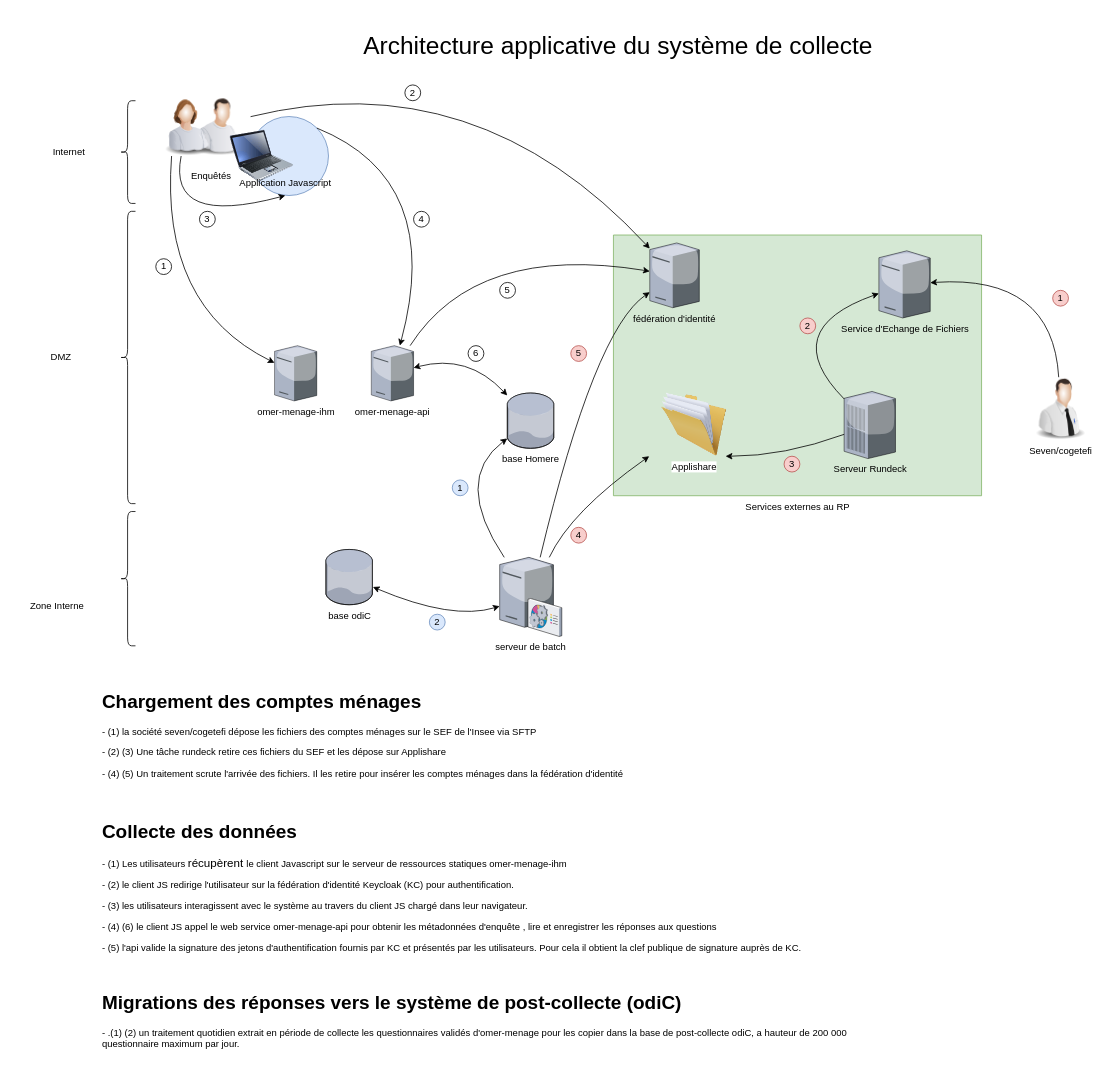
This is Diagramme sans nom.drawio from renaud23/drawio, a draw.io file, before an edit. Source tidied: cells renumbered, new cells numbered last; positions are measured from the earlier drawing's top-left corner, leaving out a move shared by most shapes. Both pictures are drawn from the tidied source at 79%, with x=0, y=0 at pixel (13, 13).
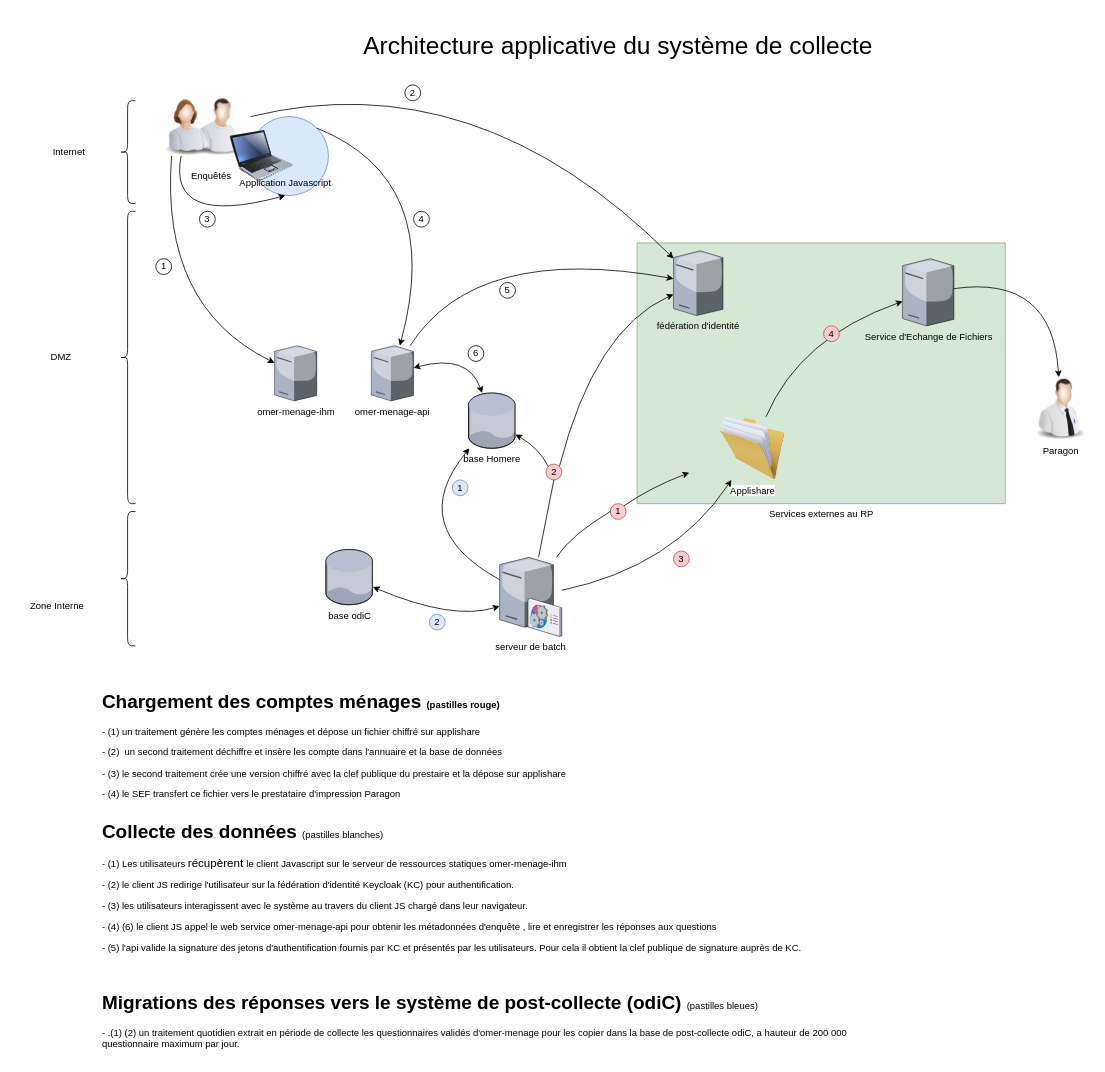
After the change.

Commit message:
Mettre à jour Diagramme sans nom.drawio

Unchanged cells that the change refers to:
```xml
<mxCell id="5" value="fédération d'identité" style="verticalLabelPosition=bottom;sketch=0;html=1;verticalAlign=top;align=center;outlineConnect=0;shape=mxgraph.citrix.tower_server;fillColor=#fff2cc;strokeColor=#d6b656;" parent="3" vertex="1">
  <mxGeometry x="60" y="10" width="62.7" height="82" as="geometry" />
</mxCell>
<mxCell id="6" value="Service d'Echange de Fichiers" style="verticalLabelPosition=bottom;sketch=0;html=1;verticalAlign=top;strokeColor=none;align=center;outlineConnect=0;shape=mxgraph.citrix.license_server;" parent="3" vertex="1">
  <mxGeometry x="350" y="20" width="65" height="85" as="geometry" />
</mxCell>
<mxCell id="31" value="serveur de batch&lt;div&gt;&lt;br&gt;&lt;/div&gt;" style="verticalLabelPosition=bottom;sketch=0;html=1;verticalAlign=top;strokeColor=none;align=center;outlineConnect=0;shape=mxgraph.citrix.command_center;" parent="1" vertex="1">
  <mxGeometry x="615" y="688" width="78.7" height="100" as="geometry" />
</mxCell>
```

The edit, as a diff of the source:
```diff
@@
     <mxCell id="2" value="base Homere" style="verticalLabelPosition=bottom;sketch=0;html=1;verticalAlign=top;strokeColor=none;align=center;outlineConnect=0;shape=mxgraph.citrix.database;" parent="1" vertex="1">
-      <mxGeometry x="624.6" y="480" width="59.5" height="70" as="geometry" />
+      <mxGeometry x="575.5" y="480" width="59.5" height="70" as="geometry" />
     </mxCell>
     <mxCell id="3" style="group;" parent="1" vertex="1">
-      <mxGeometry x="745" y="280" width="540" height="330" as="geometry" />
+      <mxGeometry x="775" y="290" width="540" height="330" as="geometry" />
     </mxCell>
@@
+    <mxCell id="9" style="curved=1;endArrow=classic;html=1;rounded=0;" parent="3" edge="1" source="7" target="6">
+      <mxGeometry relative="1" as="geometry">
+        <Array as="points">
+          <mxPoint x="220" y="120" />
+        </Array>
+      </mxGeometry>
+    </mxCell>
+    <mxCell id="11" value="4" style="ellipse;whiteSpace=wrap;html=1;fillColor=#f8cecc;strokeColor=#b85450;" parent="3" vertex="1">
+      <mxGeometry x="250" y="105" width="20" height="20" as="geometry" />
+    </mxCell>
     <mxCell id="7" value="Applishare" style="image;html=1;image=img/lib/clip_art/general/Full_Folder_128x128.png;" parent="3" vertex="1">
-      <mxGeometry x="36" y="200" width="160" height="80" as="geometry" />
+      <mxGeometry x="80" y="220" width="160" height="80" as="geometry" />
     </mxCell>
-    <mxCell id="8" value="Serveur Rundeck" style="verticalLabelPosition=bottom;sketch=0;html=1;verticalAlign=top;strokeColor=none;align=center;outlineConnect=0;shape=mxgraph.citrix.pbx_server;" parent="3" vertex="1">
-      <mxGeometry x="306" y="198" width="65" height="85" as="geometry" />
-    </mxCell>
-    <mxCell id="9" style="curved=1;endArrow=classic;html=1;rounded=0;" parent="3" edge="1" source="8" target="6">
-      <mxGeometry relative="1" as="geometry">
-        <Array as="points">
-          <mxPoint x="220" y="120" />
-        </Array>
-      </mxGeometry>
-    </mxCell>
-    <mxCell id="10" style="curved=1;endArrow=classic;html=1;rounded=0;entryX=0.75;entryY=1;entryDx=0;entryDy=0;" parent="3" edge="1" source="8" target="7">
-      <mxGeometry relative="1" as="geometry">
-        <Array as="points">
-          <mxPoint x="230" y="280" />
-        </Array>
-      </mxGeometry>
-    </mxCell>
-    <mxCell id="11" value="2" style="ellipse;whiteSpace=wrap;html=1;fillColor=#f8cecc;strokeColor=#b85450;" parent="3" vertex="1">
-      <mxGeometry x="250" y="105" width="20" height="20" as="geometry" />
-    </mxCell>
-    <mxCell id="12" value="3" style="ellipse;whiteSpace=wrap;html=1;fillColor=#f8cecc;strokeColor=#b85450;" parent="3" vertex="1">
-      <mxGeometry x="230" y="280" width="20" height="20" as="geometry" />
-    </mxCell>
-    <mxCell id="13" value="Seven/cogetefi" style="image;html=1;image=img/lib/clip_art/people/Tech_Man_128x128.png;" parent="1" vertex="1">
+    <mxCell id="13" value="Paragon" style="image;html=1;image=img/lib/clip_art/people/Tech_Man_128x128.png;" parent="1" vertex="1">
       <mxGeometry x="1285" y="460" width="80" height="80" as="geometry" />
     </mxCell>
@@
     <mxCell id="38" style="curved=1;endArrow=classic;html=1;rounded=0;" parent="1" edge="1" source="31" target="2">
       <mxGeometry relative="1" as="geometry">
         <Array as="points">
-          <mxPoint x="555" y="590" />
+          <mxPoint x="495" y="650" />
         </Array>
       </mxGeometry>
     </mxCell>
-    <mxCell id="39" style="curved=1;endArrow=classic;html=1;rounded=0;" parent="1" edge="1" source="13" target="6">
+    <mxCell id="39" style="curved=1;endArrow=classic;html=1;rounded=0;" parent="1" edge="1" source="6" target="13">
       <mxGeometry relative="1" as="geometry">
         <Array as="points">
           <mxPoint x="1315" y="330" />
         </Array>
       </mxGeometry>
     </mxCell>
-    <mxCell id="40" style="curved=1;endArrow=classic;html=1;rounded=0;" parent="1" edge="1" source="31" target="7">
-      <mxGeometry relative="1" as="geometry">
-        <Array as="points">
-          <mxPoint x="705" y="630" />
-        </Array>
-      </mxGeometry>
-    </mxCell>
@@
-    <mxCell id="47" style="curved=1;endArrow=classic;html=1;rounded=0;" parent="1" edge="1" source="31" target="5">
-      <mxGeometry relative="1" as="geometry">
-        <Array as="points">
-          <mxPoint x="735" y="400" />
-        </Array>
-      </mxGeometry>
-    </mxCell>
@@
-    <mxCell id="55" value="1" style="ellipse;whiteSpace=wrap;html=1;fillColor=#f8cecc;strokeColor=#b85450;" parent="1" vertex="1">
-      <mxGeometry x="1315" y="350" width="20" height="20" as="geometry" />
-    </mxCell>
-    <mxCell id="56" value="4" style="ellipse;whiteSpace=wrap;html=1;fillColor=#f8cecc;strokeColor=#b85450;" parent="1" vertex="1">
-      <mxGeometry x="705" y="650" width="20" height="20" as="geometry" />
-    </mxCell>
-    <mxCell id="57" value="5" style="ellipse;whiteSpace=wrap;html=1;fillColor=#f8cecc;strokeColor=#b85450;" parent="1" vertex="1">
-      <mxGeometry x="705" y="420" width="20" height="20" as="geometry" />
+    <mxCell id="57" value="3" style="ellipse;whiteSpace=wrap;html=1;fillColor=#f8cecc;strokeColor=#b85450;" parent="1" vertex="1">
+      <mxGeometry x="835" y="680" width="20" height="20" as="geometry" />
     </mxCell>
@@
-    <mxCell id="59" value="&lt;h1 style=&quot;margin-top: 0px;&quot;&gt;Chargement des comptes ménages&lt;/h1&gt;&lt;p&gt;- (1) la société seven/cogetefi dépose les fichiers des comptes ménages sur le SEF de l'Insee via SFTP&lt;/p&gt;&lt;p&gt;- (2) (3) Une tâche rundeck retire ces fichiers du SEF et les dépose sur Applishare&amp;nbsp;&lt;/p&gt;&lt;p&gt;- (4) (5) Un traitement scrute l'arrivée des fichiers. Il les retire pour insérer les comptes ménages dans la fédération d'identité&lt;/p&gt;&lt;p&gt;&lt;br&gt;&lt;/p&gt;" style="text;html=1;whiteSpace=wrap;overflow=hidden;rounded=0;" parent="1" vertex="1">
-      <mxGeometry x="110" y="850" width="1205" height="130" as="geometry" />
+    <mxCell id="59" value="&lt;h1 style=&quot;margin-top: 0px;&quot;&gt;Chargement des comptes ménages &lt;font style=&quot;font-size: 12px;&quot;&gt;(pastilles rouge)&lt;/font&gt;&lt;/h1&gt;&lt;p&gt;- (1) un traitement génère les comptes ménages et dépose un fichier chiffré sur applishare&lt;/p&gt;&lt;p&gt;- (2)&amp;nbsp; un second traitement déchiffre et insère les compte dans l'annuaire et la base de données&lt;/p&gt;&lt;p&gt;- (3) le second traitement crée une version chiffré avec la clef publique du prestaire et la dépose sur applishare&lt;/p&gt;&lt;p&gt;- (4) le SEF transfert ce fichier vers le prestataire d'impression Paragon&lt;/p&gt;&lt;p&gt;&lt;br&gt;&lt;/p&gt;" style="text;html=1;whiteSpace=wrap;overflow=hidden;rounded=0;" parent="1" vertex="1">
+      <mxGeometry x="110" y="850" width="1205" height="150" as="geometry" />
     </mxCell>
-    <mxCell id="60" value="&lt;h1 style=&quot;margin-top: 0px;&quot;&gt;Collecte des données&lt;/h1&gt;&lt;p&gt;- (1) Les utilisateurs&amp;nbsp;&lt;span style=&quot;font-size:11.0pt;font-family:&amp;quot;Calibri&amp;quot;,sans-serif;&lt;br/&gt;mso-fareast-font-family:Calibri;mso-fareast-theme-font:minor-latin;mso-ansi-language:&lt;br/&gt;FR;mso-fareast-language:EN-US;mso-bidi-language:AR-SA&quot;&gt;récupèrent&amp;nbsp;&lt;/span&gt;le client Javascript sur le serveur de ressources statiques omer-menage-ihm&lt;/p&gt;&lt;p&gt;- (2) le client JS redirige l'utilisateur sur la fédération d'identité Keycloak (KC) pour authentification.&lt;/p&gt;&lt;p&gt;- (3) les utilisateurs interagissent avec le système au travers du client JS chargé dans leur navigateur.&lt;/p&gt;&lt;p&gt;- (4) (6) le client JS appel le web service omer-menage-api pour obtenir les métadonnées d'enquête , lire et enregistrer les réponses aux questions&lt;/p&gt;&lt;p&gt;- (5) l'api valide la signature des jetons d'authentification fournis par KC et présentés par les utilisateurs. Pour cela il obtient la clef publique de signature auprès de KC.&lt;/p&gt;&lt;p&gt;&lt;br&gt;&lt;/p&gt;" style="text;html=1;whiteSpace=wrap;overflow=hidden;rounded=0;" parent="1" vertex="1">
+    <mxCell id="60" value="&lt;h1 style=&quot;margin-top: 0px;&quot;&gt;Collecte des données&amp;nbsp;&lt;span style=&quot;font-size: 12px; background-color: transparent; color: light-dark(rgb(0, 0, 0), rgb(255, 255, 255)); font-weight: normal;&quot;&gt;(pastilles blanches)&lt;/span&gt;&lt;/h1&gt;&lt;p&gt;- (1) Les utilisateurs&amp;nbsp;&lt;span style=&quot;font-size:11.0pt;font-family:&amp;quot;Calibri&amp;quot;,sans-serif;&lt;br/&gt;mso-fareast-font-family:Calibri;mso-fareast-theme-font:minor-latin;mso-ansi-language:&lt;br/&gt;FR;mso-fareast-language:EN-US;mso-bidi-language:AR-SA&quot;&gt;récupèrent&amp;nbsp;&lt;/span&gt;le client Javascript sur le serveur de ressources statiques omer-menage-ihm&lt;/p&gt;&lt;p&gt;- (2) le client JS redirige l'utilisateur sur la fédération d'identité Keycloak (KC) pour authentification.&lt;/p&gt;&lt;p&gt;- (3) les utilisateurs interagissent avec le système au travers du client JS chargé dans leur navigateur.&lt;/p&gt;&lt;p&gt;- (4) (6) le client JS appel le web service omer-menage-api pour obtenir les métadonnées d'enquête , lire et enregistrer les réponses aux questions&lt;/p&gt;&lt;p&gt;- (5) l'api valide la signature des jetons d'authentification fournis par KC et présentés par les utilisateurs. Pour cela il obtient la clef publique de signature auprès de KC.&lt;/p&gt;&lt;p&gt;&lt;br&gt;&lt;/p&gt;" style="text;html=1;whiteSpace=wrap;overflow=hidden;rounded=0;" parent="1" vertex="1">
       <mxGeometry x="110" y="1015" width="1205" height="190" as="geometry" />
     </mxCell>
-    <mxCell id="61" value="&lt;h1 style=&quot;margin-top: 0px;&quot;&gt;Migrations des réponses vers le système de post-collecte (odiC)&lt;/h1&gt;&lt;p&gt;- .(1) (2) un traitement quotidien extrait en période de collecte les questionnaires validés d'omer-menage pour les copier dans la base de post-collecte odiC, a hauteur de 200 000 questionnaire maximum par jour.&lt;/p&gt;" style="text;html=1;whiteSpace=wrap;overflow=hidden;rounded=0;" parent="1" vertex="1">
+    <mxCell id="61" value="&lt;h1 style=&quot;margin-top: 0px;&quot;&gt;Migrations des réponses vers le système de post-collecte (odiC)&amp;nbsp;&lt;span style=&quot;font-size: 12px; background-color: transparent; color: light-dark(rgb(0, 0, 0), rgb(255, 255, 255)); font-weight: normal;&quot;&gt;(pastilles bleues)&lt;/span&gt;&lt;/h1&gt;&lt;p&gt;- .(1) (2) un traitement quotidien extrait en période de collecte les questionnaires validés d'omer-menage pour les copier dans la base de post-collecte odiC, a hauteur de 200 000 questionnaire maximum par jour.&lt;/p&gt;" style="text;html=1;whiteSpace=wrap;overflow=hidden;rounded=0;" parent="1" vertex="1">
       <mxGeometry x="110" y="1231" width="965" height="89" as="geometry" />
     </mxCell>
+    <mxCell id="62" style="curved=1;endArrow=classic;html=1;rounded=0;" parent="1" edge="1" source="31" target="7">
+      <mxGeometry relative="1" as="geometry">
+        <Array as="points">
+          <mxPoint x="835" y="700" />
+        </Array>
+      </mxGeometry>
+    </mxCell>
+    <mxCell id="63" style="group;" parent="1" vertex="1">
+      <mxGeometry x="705" y="600" width="100" height="60" as="geometry" />
+    </mxCell>
+    <mxCell id="40" style="curved=1;endArrow=classic;html=1;rounded=0;exitX=1;exitY=0;exitDx=0;exitDy=0;" parent="63" edge="1" source="56" target="7">
+      <mxGeometry relative="1" as="geometry">
+        <Array as="points">
+          <mxPoint x="100" />
+        </Array>
+      </mxGeometry>
+    </mxCell>
+    <mxCell id="56" value="1" style="ellipse;whiteSpace=wrap;html=1;fillColor=#f8cecc;strokeColor=#b85450;" parent="63" vertex="1">
+      <mxGeometry x="50" y="20" width="20" height="20" as="geometry" />
+    </mxCell>
+    <mxCell id="64" style="curved=1;endArrow=none;html=1;rounded=0;entryX=0;entryY=0.5;entryDx=0;entryDy=0;startFill=0;" parent="63" edge="1" source="31" target="56">
+      <mxGeometry relative="1" as="geometry">
+        <Array as="points">
+          <mxPoint y="60" />
+        </Array>
+      </mxGeometry>
+    </mxCell>
+    <mxCell id="65" style="group;" parent="1" vertex="1">
+      <mxGeometry x="665" y="400" width="70" height="190" as="geometry" />
+    </mxCell>
+    <mxCell id="47" style="curved=1;endArrow=classic;html=1;rounded=0;exitX=1;exitY=0;exitDx=0;exitDy=0;" parent="65" edge="1" source="66" target="5">
+      <mxGeometry relative="1" as="geometry">
+        <Array as="points">
+          <mxPoint x="70" />
+        </Array>
+      </mxGeometry>
+    </mxCell>
+    <mxCell id="66" value="2" style="ellipse;whiteSpace=wrap;html=1;fillColor=#f8cecc;strokeColor=#b85450;" parent="65" vertex="1">
+      <mxGeometry x="8.6" y="170" width="20" height="20" as="geometry" />
+    </mxCell>
+    <mxCell id="67" style="curved=1;endArrow=classic;html=1;rounded=0;exitX=0;exitY=0;exitDx=0;exitDy=0;" parent="65" edge="1" source="66" target="2">
+      <mxGeometry relative="1" as="geometry">
+        <Array as="points">
+          <mxPoint y="150" />
+        </Array>
+      </mxGeometry>
+    </mxCell>
+    <mxCell id="68" style="curved=1;endArrow=none;html=1;rounded=0;entryX=0.5;entryY=1;entryDx=0;entryDy=0;startFill=0;" parent="65" edge="1" source="31" target="66">
+      <mxGeometry relative="1" as="geometry" />
+    </mxCell>
```
